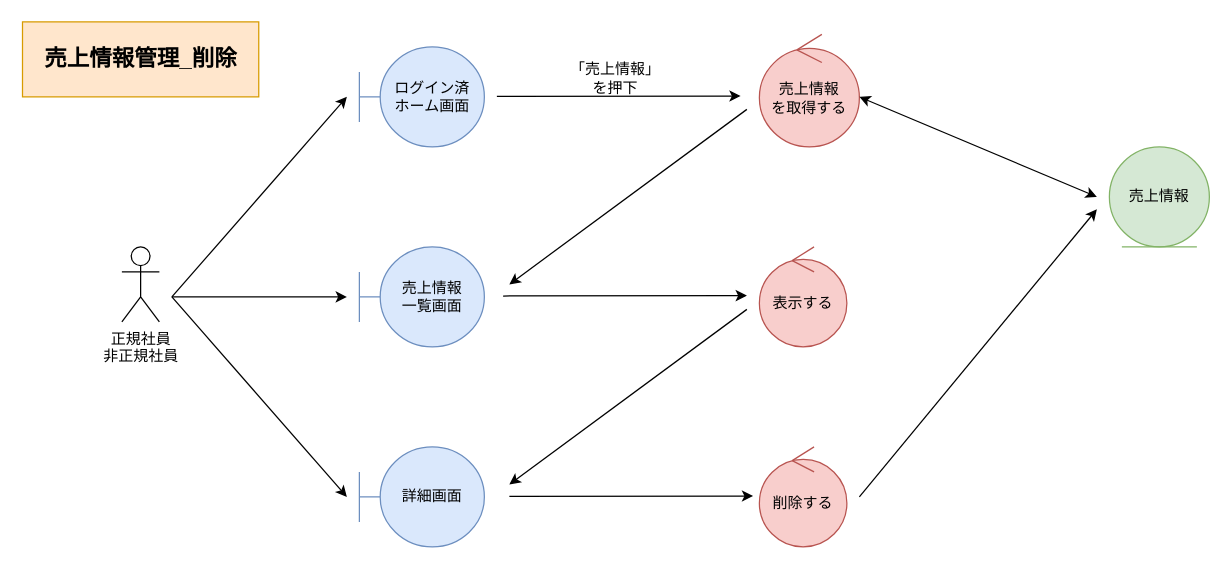
Above: page "*売上情報管理_削除" (4 of 4) of 各種設計書/3ロバストネス図/商品情報管理/5.売上.drawio in HaruShim/Sotuken (draw.io), before the change. Source tidied: cells renumbered, new cells numbered last; positions are measured from the earlier drawing's top-left corner, leaving out a move shared by most shapes. Both pictures are drawn from the tidied source at 125%, with x=0, y=0 at pixel (21, 21).
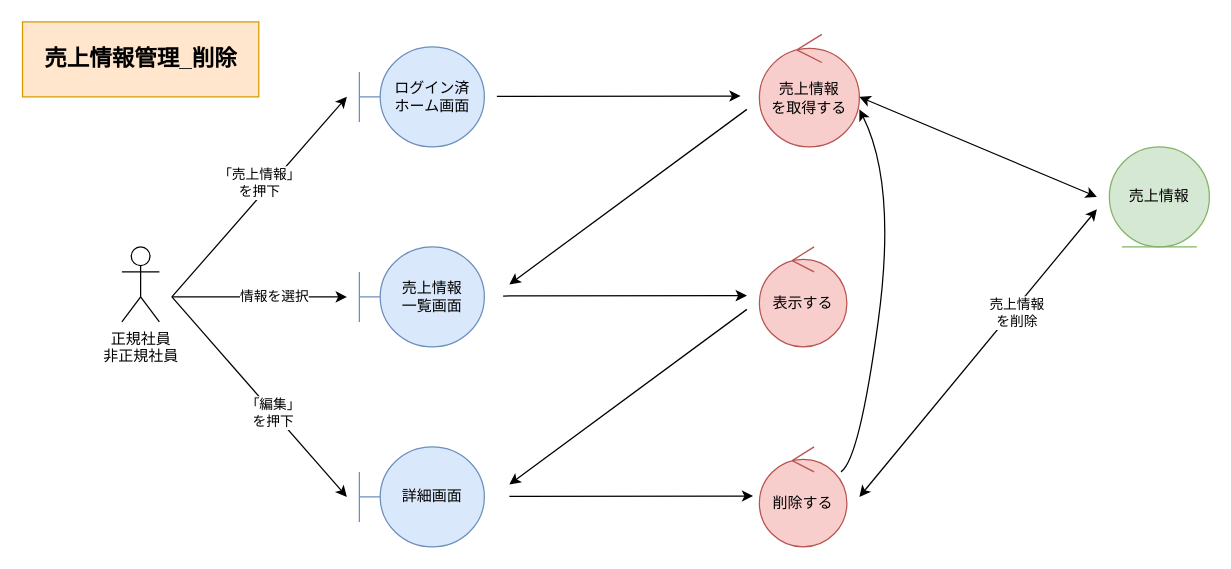
After the change.

What changed in the source:
```diff
@@
-    <mxCell id="2" value="正規社員&lt;br&gt;非正規社員" style="shape=umlActor;verticalLabelPosition=bottom;verticalAlign=top;html=1;" parent="1" vertex="1">
-      <mxGeometry x="80" y="180" width="30" height="60" as="geometry" />
-    </mxCell>
@@
-    <mxCell id="9" value="「売上情報」&lt;br&gt;を押下" style="text;html=1;strokeColor=none;fillColor=none;align=center;verticalAlign=middle;whiteSpace=wrap;rounded=0;" parent="1" vertex="1">
-      <mxGeometry x="390" y="30" width="170" height="30" as="geometry" />
-    </mxCell>
-    <mxCell id="10" style="endArrow=classic;html=1;rounded=0;" parent="1" edge="1">
-      <mxGeometry relative="1" as="geometry">
-        <mxPoint x="120" y="220" as="sourcePoint" />
-        <mxPoint x="260" y="60" as="targetPoint" />
-      </mxGeometry>
-    </mxCell>
-    <mxCell id="11" style="endArrow=classic;html=1;rounded=0;" parent="1" edge="1">
-      <mxGeometry relative="1" as="geometry">
-        <mxPoint x="120" y="220" as="sourcePoint" />
-        <mxPoint x="260" y="380" as="targetPoint" />
-      </mxGeometry>
-    </mxCell>
-    <mxCell id="12" style="endArrow=classic;html=1;rounded=0;" parent="1" edge="1">
-      <mxGeometry relative="1" as="geometry">
-        <mxPoint x="120" y="220" as="sourcePoint" />
-        <mxPoint x="260" y="220" as="targetPoint" />
-      </mxGeometry>
-    </mxCell>
@@
-    <mxCell id="20" style="endArrow=classic;html=1;rounded=0;" parent="1" edge="1">
+    <mxCell id="20" style="endArrow=classic;html=1;rounded=0;startArrow=classic;startFill=1;strokeColor=default;labelBackgroundColor=default;fontColor=default;" parent="1" edge="1">
       <mxGeometry relative="1" as="geometry">
         <mxPoint x="670" y="380" as="sourcePoint" />
         <mxPoint x="860" y="150" as="targetPoint" />
       </mxGeometry>
     </mxCell>
+    <mxCell id="22" value="売上情報&lt;br&gt;を削除" style="edgeLabel;html=1;align=center;verticalAlign=middle;fontColor=default;labelBackgroundColor=default;" parent="20" vertex="1">
+      <mxGeometry x="0.3" y="-3" relative="1" as="geometry" />
+    </mxCell>
@@
+    <mxCell id="23" style="curved=1;endArrow=classic;html=1;rounded=0;strokeColor=default;labelBackgroundColor=default;fontColor=default;" parent="1" edge="1">
+      <mxGeometry relative="1" as="geometry">
+        <mxPoint x="655.3" y="360" as="sourcePoint" />
+        <mxPoint x="670" y="70" as="targetPoint" />
+        <Array as="points">
+          <mxPoint x="670" y="350" />
+          <mxPoint x="700" y="130" />
+        </Array>
+      </mxGeometry>
+    </mxCell>
+    <mxCell id="2" value="正規社員&lt;br&gt;非正規社員" style="shape=umlActor;verticalLabelPosition=bottom;verticalAlign=top;html=1;" parent="1" vertex="1">
+      <mxGeometry x="80" y="180" width="30" height="60" as="geometry" />
+    </mxCell>
+    <mxCell id="24" style="endArrow=classic;html=1;rounded=0;" parent="1" edge="1">
+      <mxGeometry relative="1" as="geometry">
+        <mxPoint x="120" y="220" as="sourcePoint" />
+        <mxPoint x="260" y="60" as="targetPoint" />
+      </mxGeometry>
+    </mxCell>
+    <mxCell id="9" value="「売上情報」&lt;br&gt;を押下" style="edgeLabel;html=1;align=center;verticalAlign=middle;" parent="24" vertex="1">
+      <mxGeometry x="0.18" y="-4" relative="1" as="geometry">
+        <mxPoint x="-16" as="offset" />
+      </mxGeometry>
+    </mxCell>
+    <mxCell id="25" style="endArrow=classic;html=1;rounded=0;" parent="1" edge="1">
+      <mxGeometry relative="1" as="geometry">
+        <mxPoint x="120" y="220" as="sourcePoint" />
+        <mxPoint x="260" y="380" as="targetPoint" />
+      </mxGeometry>
+    </mxCell>
+    <mxCell id="26" value="「編集」&lt;br&gt;を押下" style="edgeLabel;html=1;align=center;verticalAlign=middle;fontColor=default;" parent="25" vertex="1">
+      <mxGeometry x="0.16" relative="1" as="geometry" />
+    </mxCell>
+    <mxCell id="27" style="endArrow=classic;html=1;rounded=0;" parent="1" edge="1">
+      <mxGeometry relative="1" as="geometry">
+        <mxPoint x="120" y="220" as="sourcePoint" />
+        <mxPoint x="260" y="220" as="targetPoint" />
+      </mxGeometry>
+    </mxCell>
+    <mxCell id="28" value="情報を選択" style="edgeLabel;html=1;align=center;verticalAlign=middle;fontColor=default;" parent="27" vertex="1">
+      <mxGeometry x="0.16" y="1" relative="1" as="geometry" />
+    </mxCell>
```
